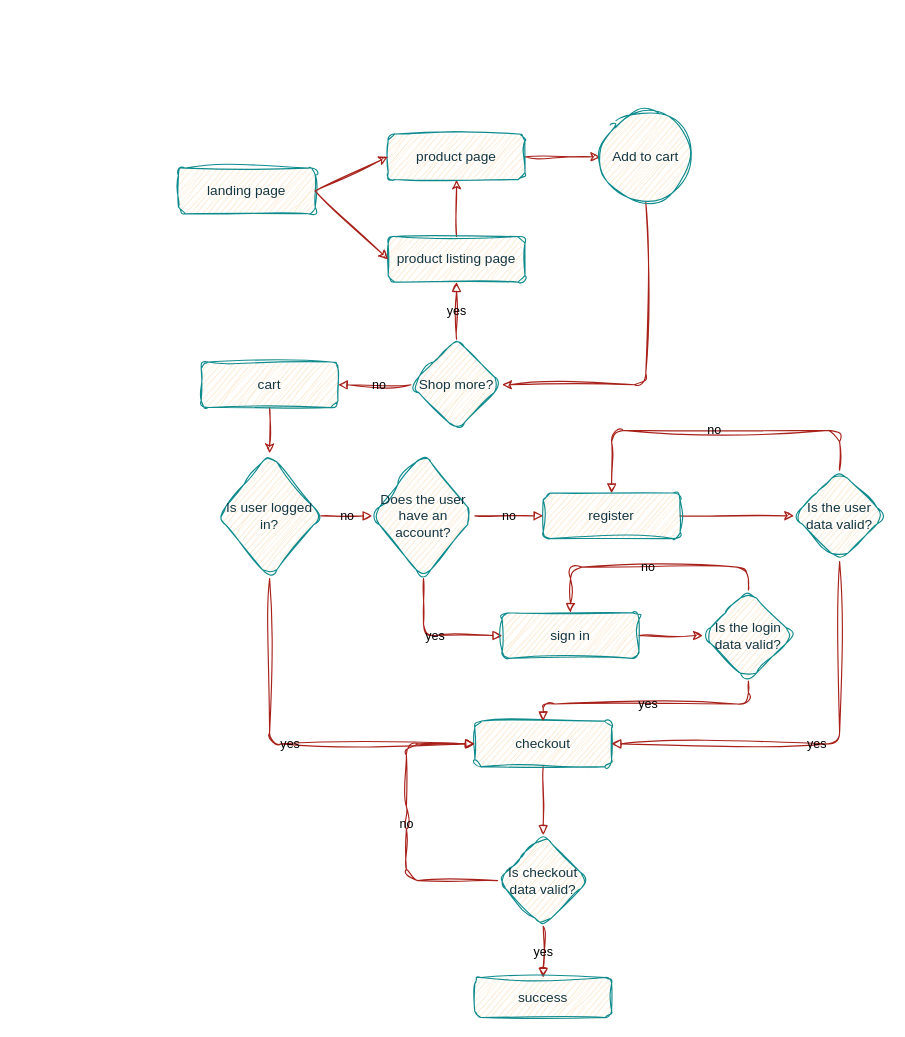
This is Неозаглавена диаграма.drawio from ser-hub/fitmissive-docs, a draw.io file, before an edit. Source tidied: cells renumbered, new cells numbered last; positions are measured from the earlier drawing's top-left corner, leaving out a move shared by most shapes. Both pictures are drawn from the tidied source at 114%, with x=0, y=0 at pixel (178, 111).
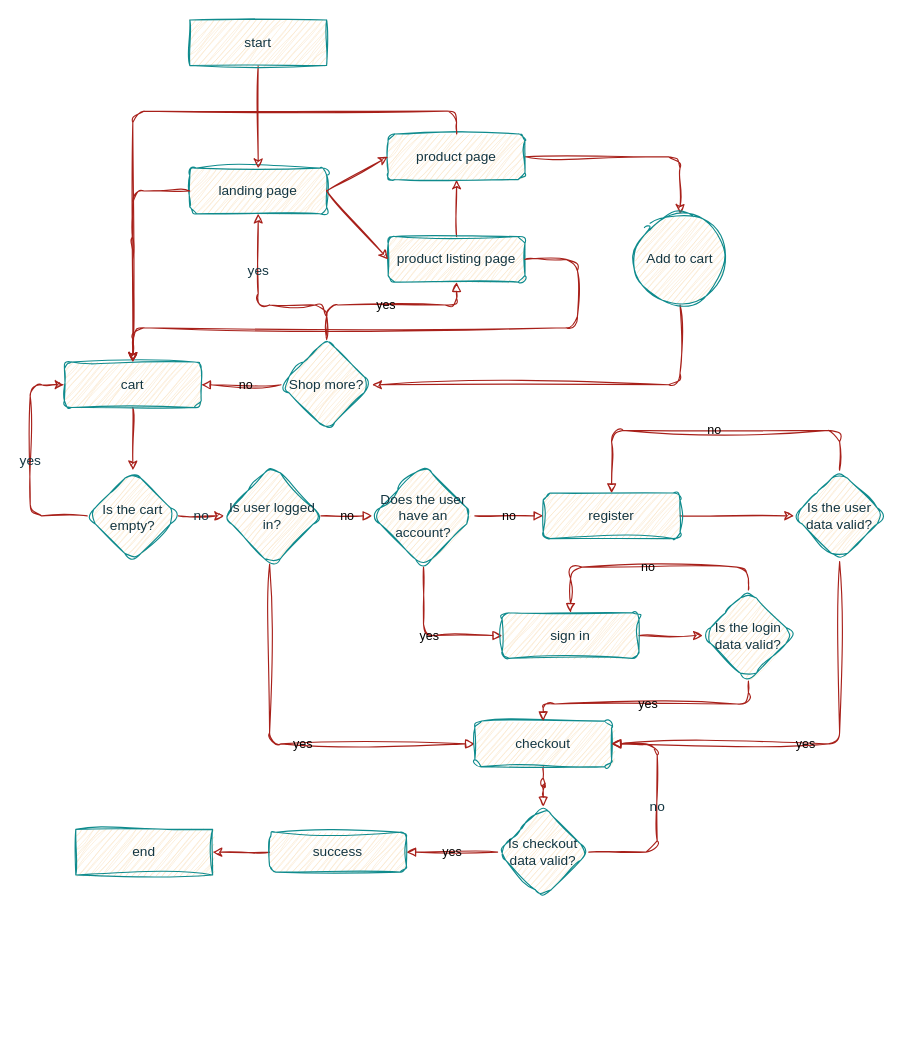
Above is the later version.

The change refers to these unchanged cells:
```xml
<mxCell id="4" value="product listing page" style="rounded=1;whiteSpace=wrap;html=1;fontSize=12;glass=0;strokeWidth=1;shadow=0;sketch=1;curveFitting=1;jiggle=2;labelBackgroundColor=none;fillColor=#FAE5C7;strokeColor=#0F8B8D;fontColor=#143642;" parent="1" vertex="1">
  <mxGeometry x="184" y="110" width="120" height="40" as="geometry" />
</mxCell>
<mxCell id="7" value="product page" style="rounded=1;whiteSpace=wrap;html=1;sketch=1;curveFitting=1;jiggle=2;labelBackgroundColor=none;fillColor=#FAE5C7;strokeColor=#0F8B8D;fontColor=#143642;" parent="1" vertex="1">
  <mxGeometry x="184" y="20" width="120" height="40" as="geometry" />
</mxCell>
<mxCell id="20" value="checkout" style="whiteSpace=wrap;html=1;rounded=1;sketch=1;curveFitting=1;jiggle=2;labelBackgroundColor=none;fillColor=#FAE5C7;strokeColor=#0F8B8D;fontColor=#143642;" parent="1" vertex="1">
  <mxGeometry x="260" y="535" width="120" height="40" as="geometry" />
</mxCell>
<mxCell id="28" value="Is the user data valid?" style="rhombus;whiteSpace=wrap;html=1;rounded=1;sketch=1;curveFitting=1;jiggle=2;labelBackgroundColor=none;fillColor=#FAE5C7;strokeColor=#0F8B8D;fontColor=#143642;" parent="1" vertex="1">
  <mxGeometry x="540" y="315" width="80" height="80" as="geometry" />
</mxCell>
```

Diff of the diagram source:
```diff
@@
     <mxCell id="2" value="landing page" style="rounded=1;whiteSpace=wrap;html=1;fontSize=12;glass=0;strokeWidth=1;shadow=0;sketch=1;curveFitting=1;jiggle=2;labelBackgroundColor=none;fillColor=#FAE5C7;strokeColor=#0F8B8D;fontColor=#143642;" parent="1" vertex="1">
-      <mxGeometry y="50" width="120" height="40" as="geometry" />
+      <mxGeometry x="10" y="50" width="120" height="40" as="geometry" />
     </mxCell>
@@
-    <mxCell id="6" style="edgeStyle=orthogonalEdgeStyle;rounded=1;jettySize=auto;html=1;entryX=0;entryY=0.5;entryDx=0;entryDy=0;sketch=1;curveFitting=1;jiggle=2;labelBackgroundColor=none;strokeColor=#A8201A;fontColor=default;" parent="1" edge="1" source="7" target="10">
-      <mxGeometry relative="1" as="geometry" />
+    <mxCell id="6" style="edgeStyle=orthogonalEdgeStyle;rounded=1;jettySize=auto;html=1;entryX=0.5;entryY=0;entryDx=0;entryDy=0;sketch=1;curveFitting=1;jiggle=2;labelBackgroundColor=none;strokeColor=#A8201A;fontColor=default;" parent="1" edge="1" source="7" target="10">
+      <mxGeometry relative="1" as="geometry">
+        <Array as="points">
+          <mxPoint x="440" y="40" />
+        </Array>
+      </mxGeometry>
     </mxCell>
@@
     <mxCell id="9" style="edgeStyle=orthogonalEdgeStyle;rounded=1;jettySize=auto;html=1;sketch=1;curveFitting=1;jiggle=2;labelBackgroundColor=none;strokeColor=#A8201A;fontColor=default;" parent="1" edge="1" source="10" target="13">
       <mxGeometry x="-0.14" y="10" relative="1" as="geometry">
         <Array as="points">
-          <mxPoint x="410" y="240" />
+          <mxPoint x="440" y="240" />
         </Array>
       </mxGeometry>
     </mxCell>
     <mxCell id="10" value="Add to cart" style="ellipse;whiteSpace=wrap;html=1;rounded=1;sketch=1;curveFitting=1;jiggle=2;labelBackgroundColor=none;fillColor=#FAE5C7;strokeColor=#0F8B8D;fontColor=#143642;" parent="1" vertex="1">
-      <mxGeometry x="370" width="80" height="80" as="geometry" />
+      <mxGeometry x="400" y="90" width="80" height="80" as="geometry" />
     </mxCell>
@@
-    <mxCell id="12" value="yes" style="edgeStyle=orthogonalEdgeStyle;rounded=1;jettySize=auto;html=1;endArrow=block;endFill=0;sketch=1;curveFitting=1;jiggle=2;labelBackgroundColor=none;strokeColor=#A8201A;fontColor=default;" parent="1" edge="1" source="13" target="4">
-      <mxGeometry relative="1" as="geometry" />
+    <mxCell id="12" value="yes" style="edgeStyle=orthogonalEdgeStyle;rounded=1;jettySize=auto;html=1;endArrow=block;endFill=0;sketch=1;curveFitting=1;jiggle=2;labelBackgroundColor=none;strokeColor=#A8201A;fontColor=default;exitX=0.5;exitY=0;exitDx=0;exitDy=0;" parent="1" edge="1" source="13" target="4">
+      <mxGeometry relative="1" as="geometry">
+        <Array as="points">
+          <mxPoint x="130" y="170" />
+          <mxPoint x="244" y="170" />
+        </Array>
+      </mxGeometry>
     </mxCell>
     <mxCell id="13" value="Shop more?" style="rhombus;whiteSpace=wrap;html=1;rounded=1;sketch=1;curveFitting=1;jiggle=2;labelBackgroundColor=none;fillColor=#FAE5C7;strokeColor=#0F8B8D;fontColor=#143642;" parent="1" vertex="1">
-      <mxGeometry x="204" y="200" width="80" height="80" as="geometry" />
+      <mxGeometry x="90" y="200" width="80" height="80" as="geometry" />
     </mxCell>
-    <mxCell id="14" style="edgeStyle=orthogonalEdgeStyle;rounded=1;jettySize=auto;html=1;endArrow=classic;endFill=1;sketch=1;curveFitting=1;jiggle=2;labelBackgroundColor=none;strokeColor=#A8201A;fontColor=default;" parent="1" edge="1" source="15" target="18">
-      <mxGeometry relative="1" as="geometry" />
-    </mxCell>
+    <mxCell id="38" style="edgeStyle=orthogonalEdgeStyle;rounded=1;sketch=1;hachureGap=4;jiggle=2;curveFitting=1;jettySize=auto;html=1;strokeColor=#A8201A;fontFamily=Architects Daughter;fontSize=16;fontColor=#143642;fillColor=#FAE5C7;" parent="1" edge="1" source="15" target="42">
+      <mxGeometry relative="1" as="geometry" />
+    </mxCell>
     <mxCell id="15" value="cart" style="rounded=1;whiteSpace=wrap;html=1;sketch=1;curveFitting=1;jiggle=2;labelBackgroundColor=none;fillColor=#FAE5C7;strokeColor=#0F8B8D;fontColor=#143642;" parent="1" vertex="1">
-      <mxGeometry x="20" y="220" width="120" height="40" as="geometry" />
+      <mxGeometry x="-100" y="220" width="120" height="40" as="geometry" />
     </mxCell>
     <mxCell id="16" value="yes" style="edgeStyle=orthogonalEdgeStyle;rounded=1;jettySize=auto;html=1;endArrow=block;endFill=0;entryX=0;entryY=0.5;entryDx=0;entryDy=0;sketch=1;curveFitting=1;jiggle=2;labelBackgroundColor=none;strokeColor=#A8201A;fontColor=default;" parent="1" edge="1" source="18" target="20">
-      <mxGeometry relative="1" as="geometry">
+      <mxGeometry x="0.11" relative="1" as="geometry">
         <Array as="points">
           <mxPoint x="80" y="555" />
         </Array>
       </mxGeometry>
     </mxCell>
@@
     <mxCell id="18" value="Is user logged in?" style="rhombus;whiteSpace=wrap;html=1;rounded=1;sketch=1;curveFitting=1;jiggle=2;labelBackgroundColor=none;fillColor=#FAE5C7;strokeColor=#0F8B8D;fontColor=#143642;" parent="1" vertex="1">
-      <mxGeometry x="35" y="300" width="90" height="110" as="geometry" />
+      <mxGeometry x="40" y="310" width="85" height="90" as="geometry" />
     </mxCell>
@@
     <mxCell id="23" value="Does the user have an account?" style="rhombus;whiteSpace=wrap;html=1;rounded=1;sketch=1;curveFitting=1;jiggle=2;labelBackgroundColor=none;fillColor=#FAE5C7;strokeColor=#0F8B8D;fontColor=#143642;" parent="1" vertex="1">
-      <mxGeometry x="170" y="300" width="90" height="110" as="geometry" />
+      <mxGeometry x="170" y="310" width="90" height="90" as="geometry" />
     </mxCell>
@@
-    <mxCell id="33" value="yes" style="endArrow=block;html=1;rounded=1;exitX=0.5;exitY=1;exitDx=0;exitDy=0;entryX=1;entryY=0.5;entryDx=0;entryDy=0;endFill=0;sketch=1;curveFitting=1;jiggle=2;labelBackgroundColor=none;strokeColor=#A8201A;fontColor=default;" parent="1" edge="1" source="28" target="20">
-      <mxGeometry relative="1" as="geometry">
+    <mxCell id="33" value="yes" style="endArrow=block;html=1;rounded=1;exitX=0.5;exitY=1;exitDx=0;exitDy=0;entryX=1;entryY=0.5;entryDx=0;entryDy=0;endFill=0;sketch=1;curveFitting=1;jiggle=2;labelBackgroundColor=none;strokeColor=#A8201A;fontColor=default;verticalAlign=middle;" parent="1" edge="1" source="28" target="20">
+      <mxGeometry x="0.06" relative="1" as="geometry">
         <Array as="points">
           <mxPoint x="580" y="555" />
         </Array>
+        <mxPoint x="1" as="offset" />
       </mxGeometry>
     </mxCell>
@@
     <mxCell id="35" value="Is checkout data valid?" style="rhombus;whiteSpace=wrap;html=1;rounded=1;sketch=1;curveFitting=1;jiggle=2;labelBackgroundColor=none;fillColor=#FAE5C7;strokeColor=#0F8B8D;fontColor=#143642;" parent="1" vertex="1">
-      <mxGeometry x="280" y="635" width="80" height="80" as="geometry" />
+      <mxGeometry x="280" y="610" width="80" height="80" as="geometry" />
     </mxCell>
+    <mxCell id="39" style="edgeStyle=orthogonalEdgeStyle;rounded=1;sketch=1;hachureGap=4;jiggle=2;curveFitting=1;jettySize=auto;html=1;strokeColor=#A8201A;fontFamily=Helvetica;fontSize=12;fontColor=#143642;fillColor=#FAE5C7;" parent="1" edge="1" source="36" target="48">
+      <mxGeometry relative="1" as="geometry" />
+    </mxCell>
     <mxCell id="36" value="success" style="rounded=1;whiteSpace=wrap;html=1;sketch=1;curveFitting=1;jiggle=2;labelBackgroundColor=none;fillColor=#FAE5C7;strokeColor=#0F8B8D;fontColor=#143642;" parent="1" vertex="1">
-      <mxGeometry x="260" y="760" width="120" height="35" as="geometry" />
+      <mxGeometry x="80" y="632.5" width="120" height="35" as="geometry" />
     </mxCell>
+    <mxCell id="40" style="endArrow=classic;html=1;rounded=1;sketch=1;hachureGap=4;jiggle=2;curveFitting=1;strokeColor=#A8201A;fontFamily=Architects Daughter;fontSize=16;fontColor=#143642;fillColor=#FAE5C7;exitX=0;exitY=0.5;exitDx=0;exitDy=0;entryX=0.5;entryY=0;entryDx=0;entryDy=0;" parent="1" edge="1" source="2" target="15">
+      <mxGeometry relative="1" as="geometry">
+        <Array as="points">
+          <mxPoint x="-40" y="70" />
+          <mxPoint x="-40" y="120" />
+        </Array>
+      </mxGeometry>
+    </mxCell>
+    <mxCell id="41" value="no" style="edgeStyle=orthogonalEdgeStyle;rounded=1;sketch=1;hachureGap=4;jiggle=2;curveFitting=1;jettySize=auto;html=1;strokeColor=#A8201A;fontFamily=Helvetica;fontSize=12;fontColor=#143642;fillColor=#FAE5C7;labelBackgroundColor=none;" parent="1" edge="1" source="42" target="18">
+      <mxGeometry relative="1" as="geometry" />
+    </mxCell>
+    <mxCell id="42" value="&lt;p style=&quot;line-height: 60%;&quot;&gt;&lt;font style=&quot;font-size: 12px;&quot; face=&quot;Helvetica&quot;&gt;Is the cart empty?&lt;/font&gt;&lt;/p&gt;" style="rhombus;whiteSpace=wrap;html=1;fillColor=#FAE5C7;strokeColor=#0F8B8D;fontColor=#143642;rounded=1;sketch=1;curveFitting=1;jiggle=2;labelBackgroundColor=none;hachureGap=4;fontFamily=Architects Daughter;fontSize=20;" parent="1" vertex="1">
+      <mxGeometry x="-80" y="315" width="80" height="80" as="geometry" />
+    </mxCell>
+    <mxCell id="43" value="yes" style="endArrow=classic;html=1;rounded=1;sketch=1;hachureGap=4;jiggle=2;curveFitting=1;strokeColor=#A8201A;fontFamily=Helvetica;fontSize=12;fontColor=#143642;fillColor=#FAE5C7;exitX=0;exitY=0.5;exitDx=0;exitDy=0;entryX=0;entryY=0.5;entryDx=0;entryDy=0;labelBackgroundColor=none;" parent="1" edge="1" source="42" target="15">
+      <mxGeometry relative="1" as="geometry">
+        <Array as="points">
+          <mxPoint x="-130" y="355" />
+          <mxPoint x="-130" y="240" />
+        </Array>
+      </mxGeometry>
+    </mxCell>
+    <mxCell id="44" style="endArrow=classic;html=1;rounded=1;sketch=1;hachureGap=4;jiggle=2;curveFitting=1;strokeColor=#A8201A;fontFamily=Helvetica;fontSize=12;fontColor=#143642;fillColor=#FAE5C7;exitX=1;exitY=0.5;exitDx=0;exitDy=0;" parent="1" edge="1" source="4">
+      <mxGeometry relative="1" as="geometry">
+        <mxPoint x="-40" y="220" as="targetPoint" />
+        <Array as="points">
+          <mxPoint x="350" y="130" />
+          <mxPoint x="350" y="190" />
+          <mxPoint x="-40" y="190" />
+        </Array>
+      </mxGeometry>
+    </mxCell>
+    <mxCell id="45" style="endArrow=classic;html=1;rounded=1;sketch=1;hachureGap=4;jiggle=2;curveFitting=1;strokeColor=#A8201A;fontFamily=Helvetica;fontSize=12;fontColor=#143642;fillColor=#FAE5C7;exitX=0.5;exitY=0;exitDx=0;exitDy=0;" parent="1" edge="1" source="7">
+      <mxGeometry relative="1" as="geometry">
+        <mxPoint x="-40" y="220" as="targetPoint" />
+        <Array as="points">
+          <mxPoint x="244" />
+          <mxPoint x="-40" />
+        </Array>
+      </mxGeometry>
+    </mxCell>
+    <mxCell id="46" style="edgeStyle=orthogonalEdgeStyle;rounded=1;sketch=1;hachureGap=4;jiggle=2;curveFitting=1;jettySize=auto;html=1;strokeColor=#A8201A;fontFamily=Helvetica;fontSize=12;fontColor=#143642;fillColor=#FAE5C7;" parent="1" edge="1" source="47" target="2">
+      <mxGeometry relative="1" as="geometry" />
+    </mxCell>
+    <mxCell id="47" value="start" style="rounded=0;whiteSpace=wrap;html=1;sketch=1;hachureGap=4;jiggle=2;curveFitting=1;strokeColor=#0F8B8D;fontFamily=Helvetica;fontSize=12;fontColor=#143642;fillColor=#FAE5C7;" parent="1" vertex="1">
+      <mxGeometry x="10" y="-80" width="120" height="40" as="geometry" />
+    </mxCell>
+    <mxCell id="48" value="end" style="rounded=0;whiteSpace=wrap;html=1;sketch=1;hachureGap=4;jiggle=2;curveFitting=1;strokeColor=#0F8B8D;fontFamily=Helvetica;fontSize=12;fontColor=#143642;fillColor=#FAE5C7;" parent="1" vertex="1">
+      <mxGeometry x="-90" y="630" width="120" height="40" as="geometry" />
+    </mxCell>
-    <mxCell id="37" value="no" style="endArrow=block;html=1;rounded=1;exitX=0;exitY=0.5;exitDx=0;exitDy=0;endFill=0;sketch=1;curveFitting=1;jiggle=2;labelBackgroundColor=none;strokeColor=#A8201A;fontColor=default;" parent="1" edge="1" source="35" target="20">
-      <mxGeometry relative="1" as="geometry">
+    <mxCell id="37" value="no" style="endArrow=block;html=1;rounded=1;sketch=1;hachureGap=4;jiggle=2;curveFitting=1;strokeColor=#A8201A;fontFamily=Helvetica;fontSize=12;fontColor=#143642;fillColor=#FAE5C7;endFill=0;exitX=1;exitY=0.5;exitDx=0;exitDy=0;entryX=1;entryY=0.5;entryDx=0;entryDy=0;verticalAlign=middle;labelBackgroundColor=none;" parent="1" edge="1" source="35" target="20">
+      <mxGeometry x="0.03" relative="1" as="geometry">
         <Array as="points">
-          <mxPoint x="200" y="675" />
-          <mxPoint x="200" y="620" />
-          <mxPoint x="200" y="555" />
+          <mxPoint x="420" y="650" />
+          <mxPoint x="420" y="555" />
         </Array>
       </mxGeometry>
     </mxCell>
+    <mxCell id="49" value="yes" style="endArrow=classic;html=1;rounded=1;labelBackgroundColor=none;sketch=1;hachureGap=4;jiggle=2;curveFitting=1;strokeColor=#A8201A;fontFamily=Helvetica;fontSize=12;fontColor=#143642;fillColor=#FAE5C7;exitX=0.5;exitY=0;exitDx=0;exitDy=0;entryX=0.5;entryY=1;entryDx=0;entryDy=0;" parent="1" edge="1" source="13" target="2">
+      <mxGeometry x="0.41" relative="1" as="geometry">
+        <Array as="points">
+          <mxPoint x="130" y="170" />
+          <mxPoint x="70" y="170" />
+        </Array>
+      </mxGeometry>
+    </mxCell>
```
